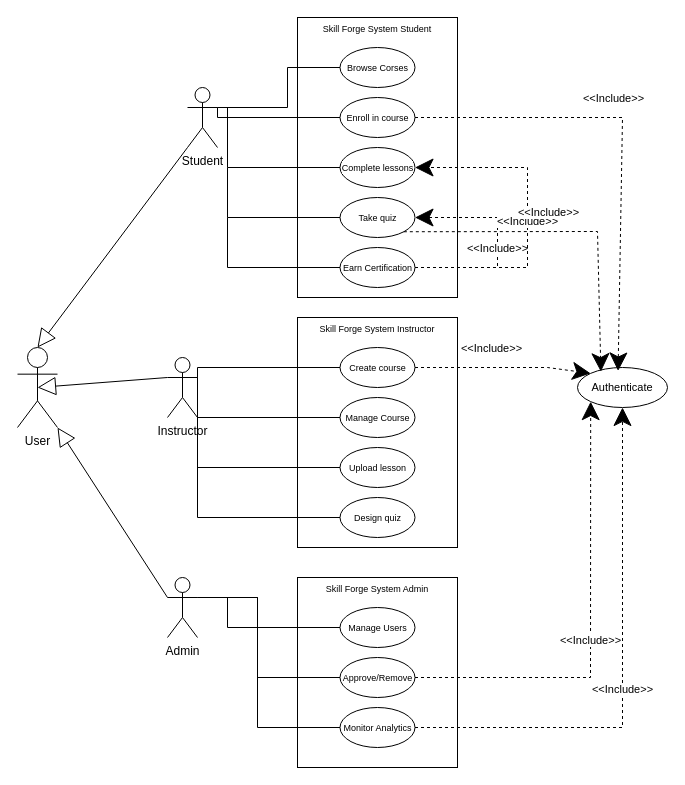
This is Untitled Diagram.drawio from RodinaMohamed04/Lab6, a draw.io file, before an edit. Source tidied: cells renumbered, new cells numbered last; positions are measured from the earlier drawing's top-left corner, leaving out a move shared by most shapes. Both pictures are drawn from the tidied source at 100%, with x=0, y=0 at pixel (17, 17).
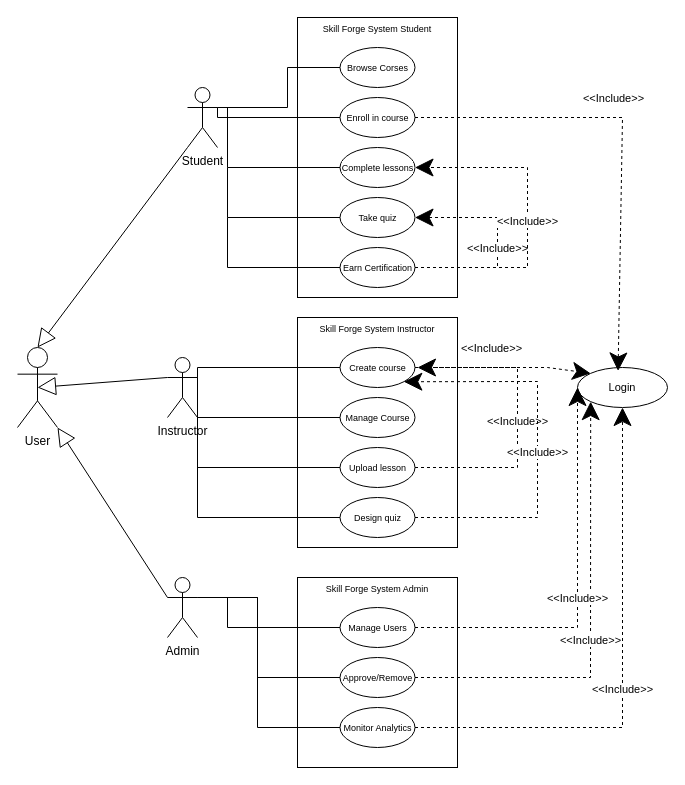
Above is the later version.

Unchanged cells that the change refers to:
```xml
<mxCell id="9" value="&lt;font style=&quot;font-size: 9px;&quot;&gt;Take quiz&lt;/font&gt;" style="ellipse;whiteSpace=wrap;html=1;strokeColor=default;align=center;verticalAlign=middle;fontFamily=Helvetica;fontSize=11;fontColor=default;labelBackgroundColor=default;fillColor=default;" parent="1" vertex="1">
  <mxGeometry x="322.5" y="180" width="75" height="40" as="geometry" />
</mxCell>
<mxCell id="33" value="&lt;font style=&quot;font-size: 9px;&quot;&gt;Create course&lt;/font&gt;" style="ellipse;whiteSpace=wrap;html=1;strokeColor=default;align=center;verticalAlign=middle;fontFamily=Helvetica;fontSize=11;fontColor=default;labelBackgroundColor=default;fillColor=default;" parent="1" vertex="1">
  <mxGeometry x="322.5" y="330" width="75" height="40" as="geometry" />
</mxCell>
<mxCell id="35" value="&lt;font style=&quot;font-size: 9px;&quot;&gt;Upload lesson&lt;/font&gt;" style="ellipse;whiteSpace=wrap;html=1;strokeColor=default;align=center;verticalAlign=middle;fontFamily=Helvetica;fontSize=11;fontColor=default;labelBackgroundColor=default;fillColor=default;" parent="1" vertex="1">
  <mxGeometry x="322.5" y="430" width="75" height="40" as="geometry" />
</mxCell>
<mxCell id="36" value="&lt;font style=&quot;font-size: 9px;&quot;&gt;Design quiz&lt;/font&gt;" style="ellipse;whiteSpace=wrap;html=1;strokeColor=default;align=center;verticalAlign=middle;fontFamily=Helvetica;fontSize=11;fontColor=default;labelBackgroundColor=default;fillColor=default;" parent="1" vertex="1">
  <mxGeometry x="322.5" y="480" width="75" height="40" as="geometry" />
</mxCell>
<mxCell id="52" value="&lt;font style=&quot;font-size: 9px;&quot;&gt;Manage Users&lt;/font&gt;" style="ellipse;whiteSpace=wrap;html=1;strokeColor=default;align=center;verticalAlign=middle;fontFamily=Helvetica;fontSize=11;fontColor=default;labelBackgroundColor=default;fillColor=default;" parent="1" vertex="1">
  <mxGeometry x="322.5" y="590" width="75" height="40" as="geometry" />
</mxCell>
```

Diff of the diagram source:
```diff
@@
-    <mxCell id="64" value="Authenticate" style="ellipse;whiteSpace=wrap;html=1;fontFamily=Helvetica;fontSize=11;fontColor=default;labelBackgroundColor=default;" parent="1" vertex="1">
+    <mxCell id="64" value="Login" style="ellipse;whiteSpace=wrap;html=1;fontFamily=Helvetica;fontSize=11;fontColor=default;labelBackgroundColor=default;" parent="1" vertex="1">
       <mxGeometry x="560" y="350" width="90" height="40" as="geometry" />
     </mxCell>
@@
-    <mxCell id="69" style="endArrow=classic;html=1;rounded=0;strokeColor=default;align=center;verticalAlign=middle;fontFamily=Helvetica;fontSize=11;fontColor=default;labelBackgroundColor=default;endSize=16;dashed=1;exitX=1;exitY=1;exitDx=0;exitDy=0;entryX=0.26;entryY=0.104;entryDx=0;entryDy=0;entryPerimeter=0;" parent="1" edge="1" source="9" target="64">
-      <mxGeometry relative="1" as="geometry">
-        <Array as="points">
-          <mxPoint x="580" y="214" />
-        </Array>
-      </mxGeometry>
-    </mxCell>
-    <mxCell id="70" value="&amp;lt;&amp;lt;Include&amp;gt;&amp;gt;" style="edgeLabel;html=1;align=center;verticalAlign=middle;strokeColor=default;fontFamily=Helvetica;fontSize=11;fontColor=default;labelBackgroundColor=default;fillColor=default;" parent="69" vertex="1">
-      <mxGeometry x="-0.14" y="1" relative="1" as="geometry">
-        <mxPoint y="-19" as="offset" />
-      </mxGeometry>
-    </mxCell>
@@
+    <mxCell id="75" style="endArrow=classic;html=1;rounded=0;strokeColor=default;align=center;verticalAlign=middle;fontFamily=Helvetica;fontSize=11;fontColor=default;labelBackgroundColor=default;endSize=16;dashed=1;entryX=0;entryY=0.5;entryDx=0;entryDy=0;exitX=1;exitY=0.5;exitDx=0;exitDy=0;" parent="1" edge="1" source="52" target="64">
+      <mxGeometry relative="1" as="geometry">
+        <Array as="points">
+          <mxPoint x="560" y="610" />
+        </Array>
+      </mxGeometry>
+    </mxCell>
+    <mxCell id="76" value="&amp;lt;&amp;lt;Include&amp;gt;&amp;gt;" style="edgeLabel;html=1;align=center;verticalAlign=middle;strokeColor=default;fontFamily=Helvetica;fontSize=11;fontColor=default;labelBackgroundColor=default;fillColor=default;" parent="75" vertex="1">
+      <mxGeometry x="-0.14" y="1" relative="1" as="geometry">
+        <mxPoint y="-19" as="offset" />
+      </mxGeometry>
+    </mxCell>
+    <mxCell id="77" style="endArrow=classic;html=1;rounded=0;strokeColor=default;align=center;verticalAlign=middle;fontFamily=Helvetica;fontSize=11;fontColor=default;labelBackgroundColor=default;endSize=16;dashed=1;exitX=1;exitY=0.5;exitDx=0;exitDy=0;" parent="1" edge="1" source="35">
+      <mxGeometry relative="1" as="geometry">
+        <mxPoint x="400" y="350" as="targetPoint" />
+        <Array as="points">
+          <mxPoint x="500" y="450" />
+          <mxPoint x="500" y="350" />
+        </Array>
+      </mxGeometry>
+    </mxCell>
+    <mxCell id="78" value="&amp;lt;&amp;lt;Include&amp;gt;&amp;gt;" style="edgeLabel;html=1;align=center;verticalAlign=middle;strokeColor=default;fontFamily=Helvetica;fontSize=11;fontColor=default;labelBackgroundColor=default;fillColor=default;" parent="77" vertex="1">
+      <mxGeometry x="-0.14" y="1" relative="1" as="geometry">
+        <mxPoint y="-19" as="offset" />
+      </mxGeometry>
+    </mxCell>
+    <mxCell id="79" style="endArrow=classic;html=1;rounded=0;strokeColor=default;align=center;verticalAlign=middle;fontFamily=Helvetica;fontSize=11;fontColor=default;labelBackgroundColor=default;endSize=16;dashed=1;exitX=1;exitY=0.5;exitDx=0;exitDy=0;entryX=1;entryY=1;entryDx=0;entryDy=0;" parent="1" edge="1" source="36" target="33">
+      <mxGeometry relative="1" as="geometry">
+        <Array as="points">
+          <mxPoint x="520" y="500" />
+          <mxPoint x="520" y="364" />
+        </Array>
+      </mxGeometry>
+    </mxCell>
+    <mxCell id="80" value="&amp;lt;&amp;lt;Include&amp;gt;&amp;gt;" style="edgeLabel;html=1;align=center;verticalAlign=middle;strokeColor=default;fontFamily=Helvetica;fontSize=11;fontColor=default;labelBackgroundColor=default;fillColor=default;" parent="79" vertex="1">
+      <mxGeometry x="-0.14" y="1" relative="1" as="geometry">
+        <mxPoint y="-19" as="offset" />
+      </mxGeometry>
+    </mxCell>
```
